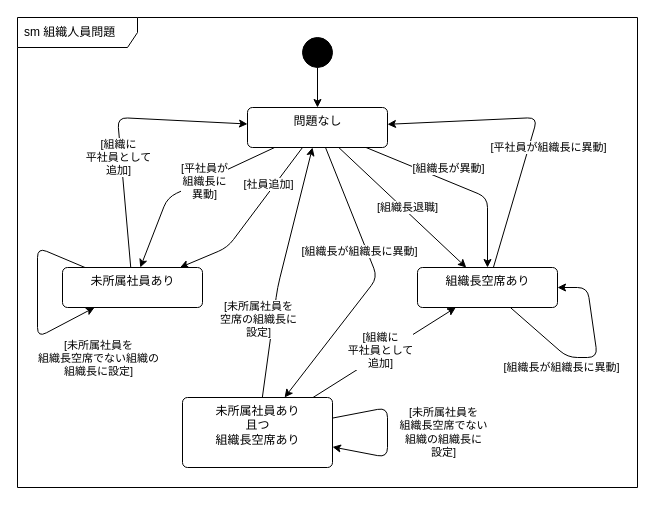
Before: page "組織人員問題" (2 of 2) of Designs/ステートマシン/ステートマシン図.drawio in bosssanovar/LightMvvmSample, a draw.io diagram. Source tidied: cells renumbered, new cells numbered last; positions are measured from the earlier drawing's top-left corner, leaving out a move shared by most shapes. Both pictures are drawn from the tidied source at 100%, with x=0, y=0 at pixel (17, 17).
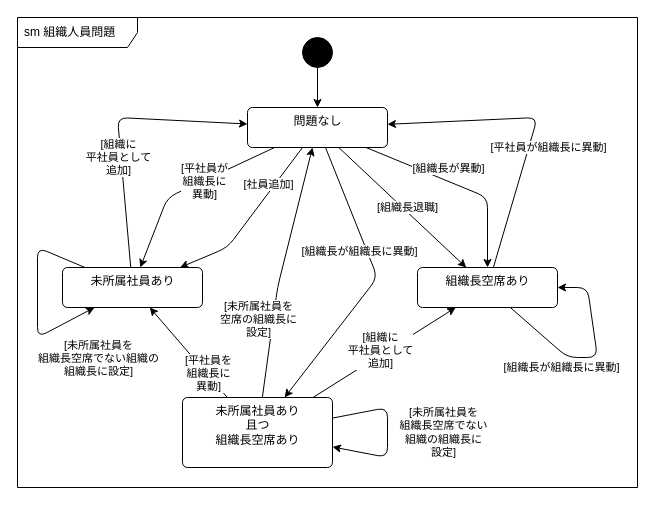
The same page after the edit.

Commit message (it also covers changes not shown here):
組織人員問題のステートマシン図を修正

The change refers to these unchanged cells:
```xml
<mxCell id="18" value="未所属社員あり" style="html=1;align=center;verticalAlign=top;rounded=1;absoluteArcSize=1;arcSize=10;dashed=0;comic=0;" parent="1" vertex="1">
  <mxGeometry x="45" y="250" width="140" height="40" as="geometry" />
</mxCell>
<mxCell id="26" value="未所属社員あり&lt;br&gt;且つ&lt;br&gt;組織長空席あり" style="html=1;align=center;verticalAlign=top;rounded=1;absoluteArcSize=1;arcSize=10;dashed=0;" parent="1" vertex="1">
  <mxGeometry x="165" y="380" width="150" height="70" as="geometry" />
</mxCell>
```

The edit, as a diff of the source:
```diff
@@
+    <mxCell id="33" style="edgeStyle=none;html=1;" parent="1" edge="1" source="26" target="18">
+      <mxGeometry relative="1" as="geometry" />
+    </mxCell>
+    <mxCell id="34" value="[平社員を&lt;br&gt;組織長に&lt;br&gt;異動]" style="edgeLabel;html=1;align=center;verticalAlign=middle;" parent="33" vertex="1">
+      <mxGeometry x="-0.49" y="-1" relative="1" as="geometry">
+        <mxPoint y="-1" as="offset" />
+      </mxGeometry>
+    </mxCell>
```
